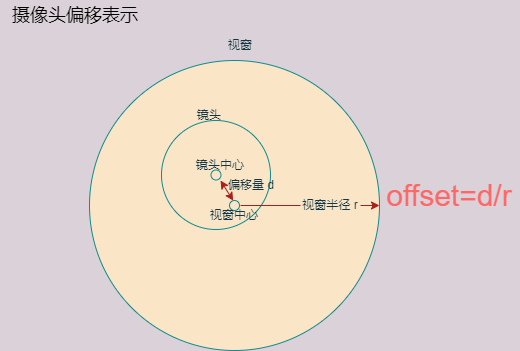
Above: 偏移计算方式.drawio.png in Linranran/my_images (draw.io), before the change. Source tidied: cells renumbered, new cells last; positions are measured from the earlier drawing's top-left corner, leaving out a move shared by most shapes.
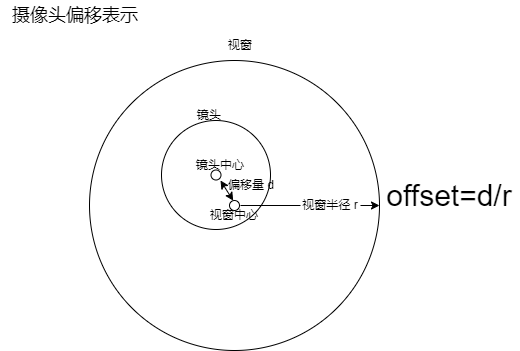
The same diagram one commit later.

Commit message:
Update 偏移计算方式.drawio.png

Diff of the diagram source:
```diff
@@ -1,51 +1,51 @@
-<mxGraphModel background="#DAD2D8">
+<mxGraphModel background="#ffffff">
   <root>
     <mxCell id="0" />
     <mxCell id="1" parent="0" />
-    <mxCell id="2" style="ellipse;whiteSpace=wrap;html=1;fillColor=#FAE5C7;strokeColor=#0F8B8D;fontColor=#143642;" parent="1" vertex="1">
+    <mxCell id="2" style="ellipse;whiteSpace=wrap;html=1;" parent="1" vertex="1">
       <mxGeometry x="89" y="60" width="290" height="290" as="geometry" />
     </mxCell>
-    <mxCell id="3" style="ellipse;whiteSpace=wrap;html=1;shadow=0;fillColor=#FAE5C7;strokeColor=#0F8B8D;fontColor=#143642;" parent="1" vertex="1">
+    <mxCell id="3" style="ellipse;whiteSpace=wrap;html=1;shadow=0;" parent="1" vertex="1">
       <mxGeometry x="161" y="120" width="109" height="109" as="geometry" />
     </mxCell>
-    <mxCell id="4" style="endArrow=classic;html=1;rounded=0;labelBackgroundColor=#DAD2D8;strokeColor=#A8201A;fontColor=#143642;startArrow=none;" parent="1" edge="1" source="13" target="2">
+    <mxCell id="4" style="endArrow=classic;html=1;rounded=0;startArrow=none;" parent="1" edge="1" source="13" target="2">
       <mxGeometry relative="1" as="geometry" />
     </mxCell>
-    <mxCell id="5" value="视窗" style="text;html=1;strokeColor=none;fillColor=none;align=center;verticalAlign=middle;whiteSpace=wrap;rounded=0;fontColor=#143642;" parent="1" vertex="1">
+    <mxCell id="5" value="视窗" style="text;html=1;strokeColor=none;fillColor=none;align=center;verticalAlign=middle;whiteSpace=wrap;rounded=0;" parent="1" vertex="1">
       <mxGeometry x="210" y="30" width="60" height="30" as="geometry" />
     </mxCell>
-    <mxCell id="6" style="ellipse;whiteSpace=wrap;html=1;rotation=30;fillColor=#FAE5C7;strokeColor=#0F8B8D;fontColor=#143642;" parent="1" vertex="1">
+    <mxCell id="6" style="ellipse;whiteSpace=wrap;html=1;rotation=30;" parent="1" vertex="1">
       <mxGeometry x="229" y="200" width="10" height="10" as="geometry" />
     </mxCell>
-    <mxCell id="7" value="视窗中心" style="text;html=1;strokeColor=none;fillColor=none;align=center;verticalAlign=middle;whiteSpace=wrap;rounded=0;fontColor=#143642;" parent="1" vertex="1">
+    <mxCell id="7" value="视窗中心" style="text;html=1;strokeColor=none;fillColor=none;align=center;verticalAlign=middle;whiteSpace=wrap;rounded=0;" parent="1" vertex="1">
       <mxGeometry x="204" y="200" width="60" height="30" as="geometry" />
     </mxCell>
-    <mxCell id="8" style="ellipse;whiteSpace=wrap;html=1;shadow=0;fillColor=#FAE5C7;strokeColor=#0F8B8D;fontColor=#143642;" parent="1" vertex="1">
+    <mxCell id="8" style="ellipse;whiteSpace=wrap;html=1;shadow=0;" parent="1" vertex="1">
       <mxGeometry x="210.5" y="169.5" width="10" height="10" as="geometry" />
     </mxCell>
-    <mxCell id="9" value="镜头中心" style="text;html=1;strokeColor=none;fillColor=none;align=center;verticalAlign=middle;whiteSpace=wrap;rounded=0;fontColor=#143642;" parent="1" vertex="1">
+    <mxCell id="9" value="镜头中心" style="text;html=1;strokeColor=none;fillColor=none;align=center;verticalAlign=middle;whiteSpace=wrap;rounded=0;" parent="1" vertex="1">
       <mxGeometry x="190" y="149.5" width="60" height="30" as="geometry" />
     </mxCell>
-    <mxCell id="10" style="endArrow=classic;startArrow=classic;html=1;rounded=0;entryX=0;entryY=0;entryDx=0;entryDy=0;labelBackgroundColor=#DAD2D8;strokeColor=#A8201A;fontColor=#143642;" parent="1" edge="1" target="6">
+    <mxCell id="10" style="endArrow=classic;startArrow=classic;html=1;rounded=0;entryX=0;entryY=0;entryDx=0;entryDy=0;" parent="1" edge="1" target="6">
       <mxGeometry relative="1" as="geometry">
         <mxPoint x="220" y="180" as="sourcePoint" />
       </mxGeometry>
     </mxCell>
-    <mxCell id="11" value="偏移量 d" style="text;html=1;strokeColor=none;fillColor=none;align=center;verticalAlign=middle;whiteSpace=wrap;rounded=0;fontColor=#143642;" parent="1" vertex="1">
+    <mxCell id="11" value="偏移量 d" style="text;html=1;strokeColor=none;fillColor=none;align=center;verticalAlign=middle;whiteSpace=wrap;rounded=0;" parent="1" vertex="1">
       <mxGeometry x="220.5" y="169.5" width="60" height="30" as="geometry" />
     </mxCell>
-    <mxCell id="12" value="镜头" style="text;html=1;strokeColor=none;fillColor=none;align=center;verticalAlign=middle;whiteSpace=wrap;rounded=0;fontColor=#143642;" parent="1" vertex="1">
+    <mxCell id="12" value="镜头" style="text;html=1;strokeColor=none;fillColor=none;align=center;verticalAlign=middle;whiteSpace=wrap;rounded=0;" parent="1" vertex="1">
       <mxGeometry x="179" y="100" width="60" height="30" as="geometry" />
     </mxCell>
-    <mxCell id="13" value="视窗半径 r" style="text;html=1;strokeColor=none;fillColor=none;align=center;verticalAlign=middle;whiteSpace=wrap;rounded=0;fontColor=#143642;" parent="1" vertex="1">
+    <mxCell id="13" value="视窗半径 r" style="text;html=1;strokeColor=none;fillColor=none;align=center;verticalAlign=middle;whiteSpace=wrap;rounded=0;" parent="1" vertex="1">
       <mxGeometry x="300" y="190" width="60" height="30" as="geometry" />
     </mxCell>
-    <mxCell id="14" style="endArrow=none;html=1;rounded=0;labelBackgroundColor=#DAD2D8;strokeColor=#A8201A;fontColor=#143642;" parent="1" edge="1" target="13">
+    <mxCell id="14" style="endArrow=none;html=1;rounded=0;" parent="1" edge="1" target="13">
       <mxGeometry relative="1" as="geometry">
         <mxPoint x="240" y="205" as="sourcePoint" />
       </mxGeometry>
     </mxCell>
-    <mxCell id="15" value="&lt;font style=&quot;font-size: 30px&quot;&gt;offset=d/r&lt;/font&gt;" style="text;html=1;strokeColor=none;fillColor=none;align=center;verticalAlign=middle;whiteSpace=wrap;rounded=0;sketch=0;fontColor=#FF6666;" parent="1" vertex="1">
+    <mxCell id="15" value="&lt;font style=&quot;font-size: 30px&quot;&gt;offset=d/r&lt;/font&gt;" style="text;html=1;strokeColor=none;fillColor=none;align=center;verticalAlign=middle;whiteSpace=wrap;rounded=0;sketch=0;" parent="1" vertex="1">
       <mxGeometry x="379" y="160" width="140" height="70" as="geometry" />
     </mxCell>
     <mxCell id="16" value="&lt;font style=&quot;font-size: 18px&quot;&gt;摄像头偏移表示&lt;/font&gt;" style="text;html=1;strokeColor=none;fillColor=none;align=center;verticalAlign=middle;whiteSpace=wrap;rounded=0;" parent="1" vertex="1">
```
